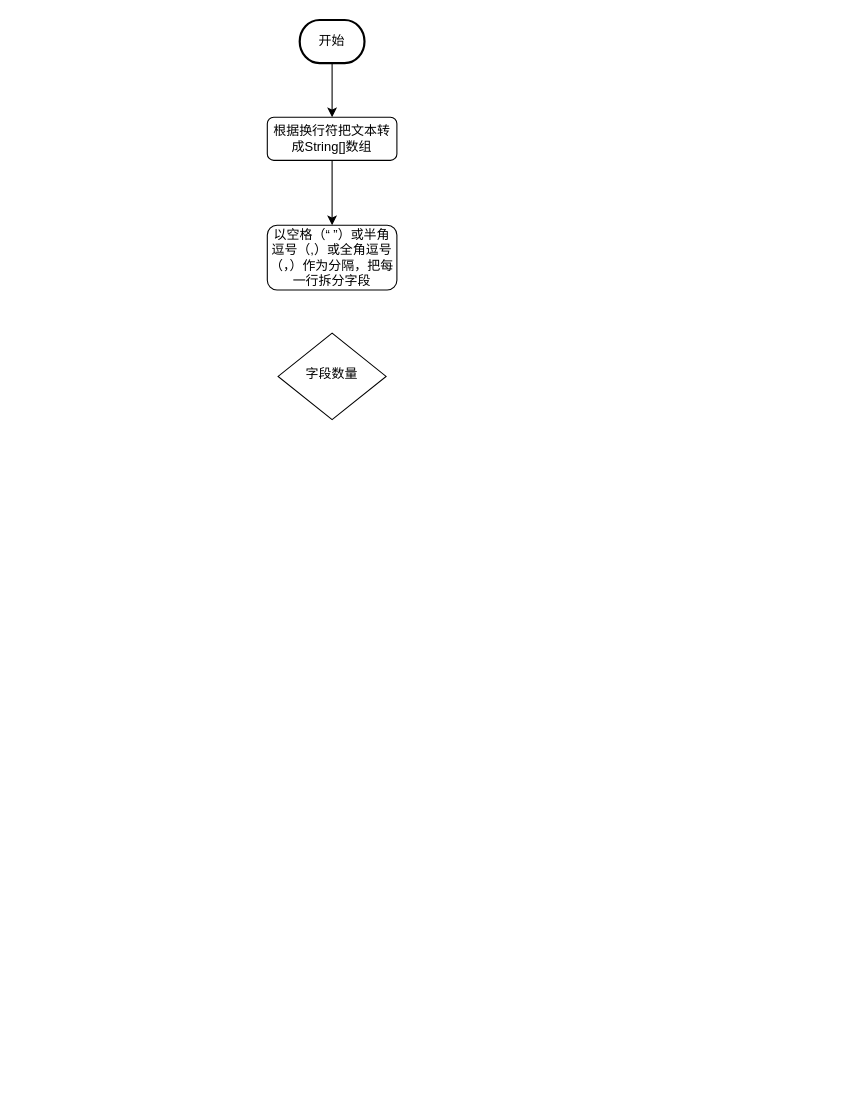
xbluckly/test keeps this draw.io diagram as 未命名绘图.drawio. Above is the earlier version. Source tidied: cells renumbered, new cells numbered last; positions are measured from the earlier drawing's top-left corner, leaving out a move shared by most shapes. Both pictures are drawn from the tidied source at 108%, with x=0, y=0 at pixel (267, 19).
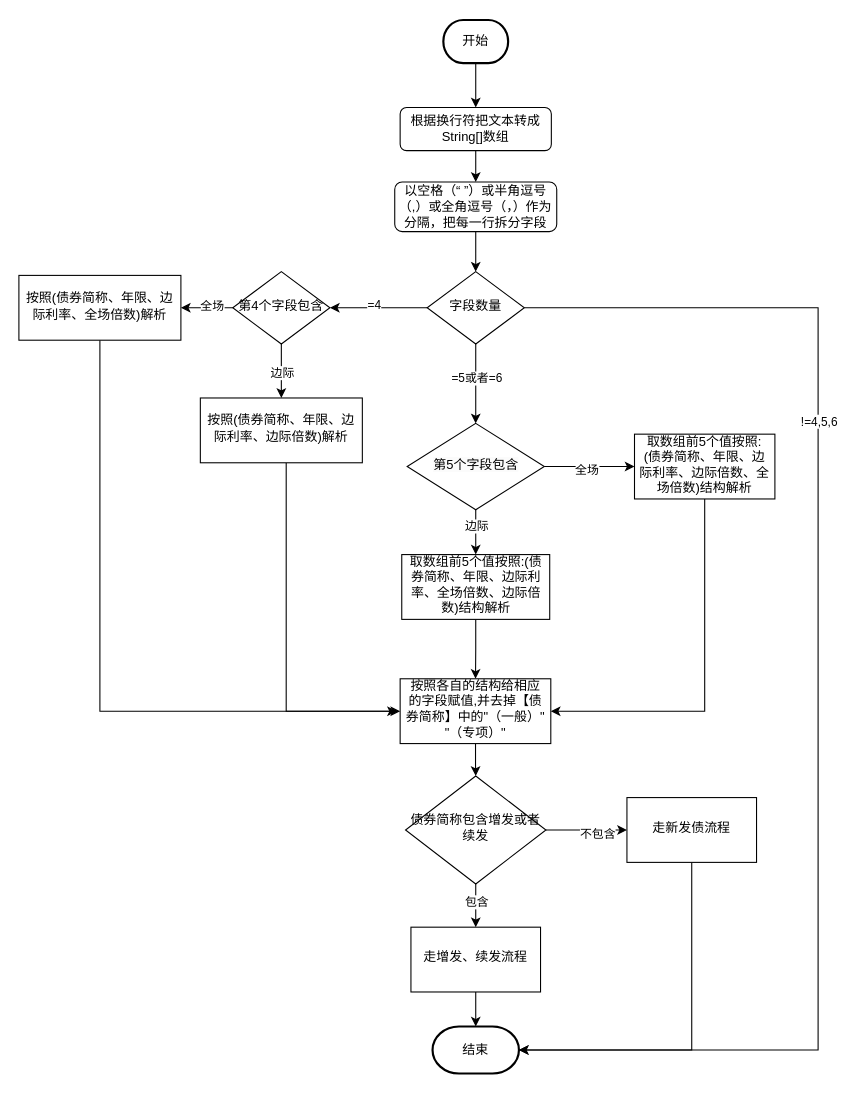
The same diagram, later.

Commit message:
更新未命名绘图.drawio

Change to the diagram source:
```diff
@@
+    <mxCell id="8" style="edgeStyle=orthogonalEdgeStyle;rounded=0;jettySize=auto;html=1;entryX=1;entryY=0.5;entryDx=0;entryDy=0;entryPerimeter=0;" parent="1" edge="1" source="2" target="40">
+      <mxGeometry relative="1" as="geometry">
+        <Array as="points">
+          <mxPoint x="510" y="267" />
+          <mxPoint x="510" y="954" />
+        </Array>
+      </mxGeometry>
+    </mxCell>
+    <mxCell id="9" value="!=4,5,6" style="edgeLabel;html=1;align=center;verticalAlign=middle;" parent="8" vertex="1">
+      <mxGeometry x="-0.39" relative="1" as="geometry" />
+    </mxCell>
+    <mxCell id="10" style="edgeStyle=orthogonalEdgeStyle;rounded=0;jettySize=auto;html=1;" parent="1" edge="1" source="2" target="21">
+      <mxGeometry relative="1" as="geometry" />
+    </mxCell>
+    <mxCell id="11" value="=4" style="edgeLabel;html=1;align=center;verticalAlign=middle;" parent="10" vertex="1">
+      <mxGeometry x="0.12" y="-3" relative="1" as="geometry" />
+    </mxCell>
+    <mxCell id="12" style="edgeStyle=orthogonalEdgeStyle;rounded=0;jettySize=auto;html=1;" parent="1" edge="1" source="2" target="28">
+      <mxGeometry relative="1" as="geometry" />
+    </mxCell>
+    <mxCell id="13" value="=5或者=6" style="edgeLabel;html=1;align=center;verticalAlign=middle;" parent="12" vertex="1">
+      <mxGeometry x="-0.17" relative="1" as="geometry" />
+    </mxCell>
     <mxCell id="2" value="字段数量" style="rhombus;whiteSpace=wrap;html=1;shadow=0;fontFamily=Helvetica;fontSize=12;align=center;strokeWidth=1;spacing=6;spacingTop=-4;" parent="1" vertex="1">
-      <mxGeometry x="10" y="290" width="100" height="80" as="geometry" />
+      <mxGeometry x="148" y="233" width="90" height="67" as="geometry" />
     </mxCell>
@@
     <mxCell id="4" value="开始" style="strokeWidth=2;html=1;shape=mxgraph.flowchart.terminator;whiteSpace=wrap;" parent="1" vertex="1">
-      <mxGeometry x="30" width="60" height="40" as="geometry" />
+      <mxGeometry x="163" width="60" height="40" as="geometry" />
     </mxCell>
@@
     <mxCell id="6" value="根据换行符把文本转成String[]数组" style="rounded=1;whiteSpace=wrap;html=1;fontSize=12;glass=0;strokeWidth=1;shadow=0;" parent="1" vertex="1">
-      <mxGeometry y="90" width="120" height="40" as="geometry" />
+      <mxGeometry x="123" y="81" width="140" height="40" as="geometry" />
     </mxCell>
+    <mxCell id="14" style="edgeStyle=orthogonalEdgeStyle;rounded=0;jettySize=auto;html=1;" parent="1" edge="1" source="7" target="2">
+      <mxGeometry relative="1" as="geometry" />
+    </mxCell>
     <mxCell id="7" value="&lt;div&gt;&lt;div class=&quot;old-record-id-WZW5dhf2ooNl1qxLG0lcdsG0n3e&quot;&gt;以空格（“ ”）或半角逗号（,）或全角逗号（，）作为分隔，把每一行拆分字段&lt;/div&gt;&lt;/div&gt;&lt;span class=&quot;lark-record-clipboard&quot; data-lark-record-data=&quot;{&amp;quot;rootId&amp;quot;:&amp;quot;Aed7douATo9B6cx0R7Rc3emsnXd&amp;quot;,&amp;quot;text&amp;quot;:{&amp;quot;initialAttributedTexts&amp;quot;:{&amp;quot;text&amp;quot;:{&amp;quot;0&amp;quot;:&amp;quot;以空格（“ ”）或半角逗号（,）或全角逗号（，）作为分隔，拆分元素&amp;quot;},&amp;quot;attribs&amp;quot;:{&amp;quot;0&amp;quot;:&amp;quot;*0+x&amp;quot;}},&amp;quot;apool&amp;quot;:{&amp;quot;numToAttrib&amp;quot;:{&amp;quot;0&amp;quot;:[&amp;quot;author&amp;quot;,&amp;quot;7403194829083705347&amp;quot;]},&amp;quot;nextNum&amp;quot;:1}},&amp;quot;type&amp;quot;:&amp;quot;text&amp;quot;,&amp;quot;referenceRecordMap&amp;quot;:{},&amp;quot;extra&amp;quot;:{&amp;quot;channel&amp;quot;:&amp;quot;saas&amp;quot;,&amp;quot;isEqualBlockSelection&amp;quot;:false,&amp;quot;pasteRandomId&amp;quot;:&amp;quot;011ff010-0866-426b-a94f-de44540d47f7&amp;quot;,&amp;quot;mention_page_title&amp;quot;:{},&amp;quot;external_mention_url&amp;quot;:{}},&amp;quot;isKeepQuoteContainer&amp;quot;:false,&amp;quot;isFromCode&amp;quot;:false,&amp;quot;selection&amp;quot;:[{&amp;quot;id&amp;quot;:1293,&amp;quot;type&amp;quot;:&amp;quot;text&amp;quot;,&amp;quot;selection&amp;quot;:{&amp;quot;start&amp;quot;:4,&amp;quot;end&amp;quot;:37},&amp;quot;recordId&amp;quot;:&amp;quot;WZW5dhf2ooNl1qxLG0lcdsG0n3e&amp;quot;}],&amp;quot;payloadMap&amp;quot;:{},&amp;quot;isCut&amp;quot;:false}&quot;&gt;&lt;/span&gt;" style="whiteSpace=wrap;html=1;rounded=1;glass=0;strokeWidth=1;shadow=0;" parent="1" vertex="1">
-      <mxGeometry y="190" width="120" height="60" as="geometry" />
+      <mxGeometry x="118" y="150" width="150" height="46" as="geometry" />
     </mxCell>
+    <mxCell id="15" style="edgeStyle=orthogonalEdgeStyle;rounded=0;jettySize=auto;html=1;exitX=0.5;exitY=1;exitDx=0;exitDy=0;entryX=0;entryY=0.5;entryDx=0;entryDy=0;" parent="1" edge="1" target="34">
+      <mxGeometry relative="1" as="geometry">
+        <mxPoint x="17.5" y="410" as="sourcePoint" />
+        <Array as="points">
+          <mxPoint x="18" y="640" />
+        </Array>
+      </mxGeometry>
+    </mxCell>
+    <mxCell id="16" value="&lt;font&gt;&lt;font&gt;&lt;font&gt;&lt;font&gt;按照(&lt;/font&gt;&lt;span class=&quot;lark-record-clipboard&quot; data-lark-record-data=&quot;{&amp;quot;rootId&amp;quot;:&amp;quot;Aed7douATo9B6cx0R7Rc3emsnXd&amp;quot;,&amp;quot;text&amp;quot;:{&amp;quot;initialAttributedTexts&amp;quot;:{&amp;quot;text&amp;quot;:{&amp;quot;0&amp;quot;:&amp;quot;债券简称、年限、边际利率、边际倍数、全场倍数&amp;quot;},&amp;quot;attribs&amp;quot;:{&amp;quot;0&amp;quot;:&amp;quot;*0+m&amp;quot;}},&amp;quot;apool&amp;quot;:{&amp;quot;numToAttrib&amp;quot;:{&amp;quot;0&amp;quot;:[&amp;quot;author&amp;quot;,&amp;quot;7403194829083705347&amp;quot;]},&amp;quot;nextNum&amp;quot;:1}},&amp;quot;type&amp;quot;:&amp;quot;text&amp;quot;,&amp;quot;referenceRecordMap&amp;quot;:{},&amp;quot;extra&amp;quot;:{&amp;quot;channel&amp;quot;:&amp;quot;saas&amp;quot;,&amp;quot;isEqualBlockSelection&amp;quot;:false,&amp;quot;pasteRandomId&amp;quot;:&amp;quot;bad50544-bbe7-4ff5-9065-9b157c9cde26&amp;quot;,&amp;quot;mention_page_title&amp;quot;:{},&amp;quot;external_mention_url&amp;quot;:{}},&amp;quot;isKeepQuoteContainer&amp;quot;:false,&amp;quot;isFromCode&amp;quot;:false,&amp;quot;selection&amp;quot;:[{&amp;quot;id&amp;quot;:1276,&amp;quot;type&amp;quot;:&amp;quot;text&amp;quot;,&amp;quot;selection&amp;quot;:{&amp;quot;start&amp;quot;:5,&amp;quot;end&amp;quot;:27},&amp;quot;recordId&amp;quot;:&amp;quot;MBuOdx3JgoIW1RxEpJ0cuvZBnpc&amp;quot;}],&amp;quot;payloadMap&amp;quot;:{},&amp;quot;isCut&amp;quot;:false}&quot;&gt;&lt;/span&gt;&lt;span style=&quot;background-color: transparent;&quot;&gt;&lt;font&gt;债券简称、年限、边际利率、边际&lt;/font&gt;&lt;/span&gt;&lt;font&gt;倍数)解析&lt;/font&gt;&lt;/font&gt;&lt;/font&gt;&lt;br&gt;&lt;/font&gt;" style="whiteSpace=wrap;html=1;shadow=0;strokeWidth=1;spacing=6;spacingTop=-4;" parent="1" vertex="1">
+      <mxGeometry x="-62" y="350" width="150" height="60" as="geometry" />
+    </mxCell>
+    <mxCell id="17" style="edgeStyle=orthogonalEdgeStyle;rounded=0;jettySize=auto;html=1;" parent="1" edge="1" source="21" target="16">
+      <mxGeometry relative="1" as="geometry" />
+    </mxCell>
+    <mxCell id="18" value="边际" style="edgeLabel;html=1;align=center;verticalAlign=middle;" parent="17" vertex="1">
+      <mxGeometry x="0.05" relative="1" as="geometry" />
+    </mxCell>
+    <mxCell id="19" style="edgeStyle=orthogonalEdgeStyle;rounded=0;jettySize=auto;html=1;" parent="1" edge="1" source="21" target="23">
+      <mxGeometry relative="1" as="geometry" />
+    </mxCell>
+    <mxCell id="20" value="全场" style="edgeLabel;html=1;align=center;verticalAlign=middle;" parent="19" vertex="1">
+      <mxGeometry x="-0.17" y="-2" relative="1" as="geometry" />
+    </mxCell>
+    <mxCell id="21" value="第4个字段包含" style="rhombus;whiteSpace=wrap;html=1;shadow=0;fontFamily=Helvetica;fontSize=12;align=center;strokeWidth=1;spacing=6;spacingTop=-4;" parent="1" vertex="1">
+      <mxGeometry x="-32" y="233" width="90" height="67" as="geometry" />
+    </mxCell>
+    <mxCell id="22" style="edgeStyle=orthogonalEdgeStyle;rounded=0;jettySize=auto;html=1;" parent="1" edge="1" source="23">
+      <mxGeometry relative="1" as="geometry">
+        <mxPoint x="120" y="640" as="targetPoint" />
+        <Array as="points">
+          <mxPoint x="-155" y="640" />
+        </Array>
+      </mxGeometry>
+    </mxCell>
+    <mxCell id="23" value="&lt;font&gt;&lt;font&gt;&lt;font&gt;&lt;font&gt;按照(&lt;/font&gt;&lt;span class=&quot;lark-record-clipboard&quot; data-lark-record-data=&quot;{&amp;quot;rootId&amp;quot;:&amp;quot;Aed7douATo9B6cx0R7Rc3emsnXd&amp;quot;,&amp;quot;text&amp;quot;:{&amp;quot;initialAttributedTexts&amp;quot;:{&amp;quot;text&amp;quot;:{&amp;quot;0&amp;quot;:&amp;quot;债券简称、年限、边际利率、边际倍数、全场倍数&amp;quot;},&amp;quot;attribs&amp;quot;:{&amp;quot;0&amp;quot;:&amp;quot;*0+m&amp;quot;}},&amp;quot;apool&amp;quot;:{&amp;quot;numToAttrib&amp;quot;:{&amp;quot;0&amp;quot;:[&amp;quot;author&amp;quot;,&amp;quot;7403194829083705347&amp;quot;]},&amp;quot;nextNum&amp;quot;:1}},&amp;quot;type&amp;quot;:&amp;quot;text&amp;quot;,&amp;quot;referenceRecordMap&amp;quot;:{},&amp;quot;extra&amp;quot;:{&amp;quot;channel&amp;quot;:&amp;quot;saas&amp;quot;,&amp;quot;isEqualBlockSelection&amp;quot;:false,&amp;quot;pasteRandomId&amp;quot;:&amp;quot;bad50544-bbe7-4ff5-9065-9b157c9cde26&amp;quot;,&amp;quot;mention_page_title&amp;quot;:{},&amp;quot;external_mention_url&amp;quot;:{}},&amp;quot;isKeepQuoteContainer&amp;quot;:false,&amp;quot;isFromCode&amp;quot;:false,&amp;quot;selection&amp;quot;:[{&amp;quot;id&amp;quot;:1276,&amp;quot;type&amp;quot;:&amp;quot;text&amp;quot;,&amp;quot;selection&amp;quot;:{&amp;quot;start&amp;quot;:5,&amp;quot;end&amp;quot;:27},&amp;quot;recordId&amp;quot;:&amp;quot;MBuOdx3JgoIW1RxEpJ0cuvZBnpc&amp;quot;}],&amp;quot;payloadMap&amp;quot;:{},&amp;quot;isCut&amp;quot;:false}&quot;&gt;&lt;/span&gt;&lt;span style=&quot;background-color: transparent;&quot;&gt;&lt;font&gt;债券简称、年限、边际利率、全场&lt;/font&gt;&lt;/span&gt;&lt;font&gt;倍数)解析&lt;/font&gt;&lt;/font&gt;&lt;/font&gt;&lt;br&gt;&lt;/font&gt;" style="whiteSpace=wrap;html=1;shadow=0;strokeWidth=1;spacing=6;spacingTop=-4;" parent="1" vertex="1">
+      <mxGeometry x="-230" y="236.5" width="150" height="60" as="geometry" />
+    </mxCell>
+    <mxCell id="24" style="edgeStyle=orthogonalEdgeStyle;rounded=0;jettySize=auto;html=1;" parent="1" edge="1" source="28" target="30">
+      <mxGeometry relative="1" as="geometry" />
+    </mxCell>
+    <mxCell id="25" value="边际" style="edgeLabel;html=1;align=center;verticalAlign=middle;" parent="24" vertex="1">
+      <mxGeometry x="-0.26" y="-1" relative="1" as="geometry">
+        <mxPoint x="1" as="offset" />
+      </mxGeometry>
+    </mxCell>
+    <mxCell id="26" style="edgeStyle=orthogonalEdgeStyle;rounded=0;jettySize=auto;html=1;" parent="1" edge="1" source="28" target="32">
+      <mxGeometry relative="1" as="geometry" />
+    </mxCell>
+    <mxCell id="27" value="全场" style="edgeLabel;html=1;align=center;verticalAlign=middle;" parent="26" vertex="1">
+      <mxGeometry x="-0.1" y="-2" relative="1" as="geometry">
+        <mxPoint x="1" y="1" as="offset" />
+      </mxGeometry>
+    </mxCell>
+    <mxCell id="28" value="&lt;br&gt;&lt;span style=&quot;color: rgb(0, 0, 0); font-family: Helvetica; font-size: 12px; font-style: normal; font-variant-ligatures: normal; font-variant-caps: normal; font-weight: 400; letter-spacing: normal; orphans: 2; text-align: center; text-indent: 0px; text-transform: none; widows: 2; word-spacing: 0px; -webkit-text-stroke-width: 0px; white-space: normal; background-color: rgb(251, 251, 251); text-decoration-thickness: initial; text-decoration-style: initial; text-decoration-color: initial; display: inline !important; float: none;&quot;&gt;第5个字段包含&lt;/span&gt;&lt;div&gt;&lt;br/&gt;&lt;/div&gt;" style="rhombus;whiteSpace=wrap;html=1;shadow=0;strokeWidth=1;spacing=6;spacingTop=-4;" parent="1" vertex="1">
+      <mxGeometry x="129.5" y="373.5" width="127" height="80" as="geometry" />
+    </mxCell>
+    <mxCell id="29" style="edgeStyle=orthogonalEdgeStyle;rounded=0;jettySize=auto;html=1;" parent="1" edge="1" source="30" target="34">
+      <mxGeometry relative="1" as="geometry" />
+    </mxCell>
+    <mxCell id="30" value="取数组前5个值按照:(债券简称、年限、边际利率、全场倍数、边际倍数)结构解析" style="whiteSpace=wrap;html=1;shadow=0;strokeWidth=1;spacing=6;spacingTop=-4;" parent="1" vertex="1">
+      <mxGeometry x="124.5" y="495" width="137" height="60" as="geometry" />
+    </mxCell>
+    <mxCell id="31" style="edgeStyle=orthogonalEdgeStyle;rounded=0;jettySize=auto;html=1;entryX=1;entryY=0.5;entryDx=0;entryDy=0;exitX=0.5;exitY=1;exitDx=0;exitDy=0;" parent="1" edge="1" source="32" target="34">
+      <mxGeometry relative="1" as="geometry" />
+    </mxCell>
+    <mxCell id="32" value="取数组前5个值按照:(债券简称、年限、边际利率、边际倍数、全场倍数)结构解析" style="whiteSpace=wrap;html=1;shadow=0;strokeWidth=1;spacing=6;spacingTop=-4;" parent="1" vertex="1">
+      <mxGeometry x="340" y="383.5" width="130" height="60" as="geometry" />
+    </mxCell>
+    <mxCell id="33" style="edgeStyle=orthogonalEdgeStyle;rounded=0;jettySize=auto;html=1;" parent="1" edge="1" source="34" target="39">
+      <mxGeometry relative="1" as="geometry" />
+    </mxCell>
+    <mxCell id="34" value="按照各自的结构给相应的字段赋值,并去掉【债券简称】中的&quot;（一般）&quot; &quot;（专项）&quot;" style="whiteSpace=wrap;html=1;shadow=0;strokeWidth=1;spacing=6;spacingTop=-4;" parent="1" vertex="1">
+      <mxGeometry x="123" y="610" width="139.5" height="60" as="geometry" />
+    </mxCell>
+    <mxCell id="35" style="edgeStyle=orthogonalEdgeStyle;rounded=0;jettySize=auto;html=1;" parent="1" edge="1" source="39" target="42">
+      <mxGeometry relative="1" as="geometry" />
+    </mxCell>
+    <mxCell id="36" value="包含" style="edgeLabel;html=1;align=center;verticalAlign=middle;" parent="35" vertex="1">
+      <mxGeometry x="-0.18" relative="1" as="geometry" />
+    </mxCell>
+    <mxCell id="37" style="edgeStyle=orthogonalEdgeStyle;rounded=0;jettySize=auto;html=1;" parent="1" edge="1" source="39" target="44">
+      <mxGeometry relative="1" as="geometry" />
+    </mxCell>
+    <mxCell id="38" value="不包含" style="edgeLabel;html=1;align=center;verticalAlign=middle;" parent="37" vertex="1">
+      <mxGeometry x="0.25" y="-3" relative="1" as="geometry" />
+    </mxCell>
+    <mxCell id="39" value="债券简称包含增发或者续发" style="rhombus;whiteSpace=wrap;html=1;shadow=0;strokeWidth=1;spacing=6;spacingTop=-4;" parent="1" vertex="1">
+      <mxGeometry x="128" y="700" width="130" height="100" as="geometry" />
+    </mxCell>
+    <mxCell id="40" value="结束" style="strokeWidth=2;html=1;shape=mxgraph.flowchart.terminator;whiteSpace=wrap;" parent="1" vertex="1">
+      <mxGeometry x="153" y="932" width="80" height="43.5" as="geometry" />
+    </mxCell>
+    <mxCell id="41" style="edgeStyle=orthogonalEdgeStyle;rounded=0;jettySize=auto;html=1;" parent="1" edge="1" source="42" target="40">
+      <mxGeometry relative="1" as="geometry" />
+    </mxCell>
+    <mxCell id="42" value="走增发、续发流程" style="whiteSpace=wrap;html=1;shadow=0;strokeWidth=1;spacing=6;spacingTop=-4;" parent="1" vertex="1">
+      <mxGeometry x="133" y="840" width="120" height="60" as="geometry" />
+    </mxCell>
+    <mxCell id="43" style="edgeStyle=orthogonalEdgeStyle;rounded=0;jettySize=auto;html=1;entryX=1;entryY=0.5;entryDx=0;entryDy=0;entryPerimeter=0;exitX=0.5;exitY=1;exitDx=0;exitDy=0;" parent="1" edge="1" source="44" target="40">
+      <mxGeometry relative="1" as="geometry" />
+    </mxCell>
+    <mxCell id="44" value="走新发债流程" style="whiteSpace=wrap;html=1;shadow=0;strokeWidth=1;spacing=6;spacingTop=-4;" parent="1" vertex="1">
+      <mxGeometry x="333" y="720" width="120" height="60" as="geometry" />
+    </mxCell>
```
